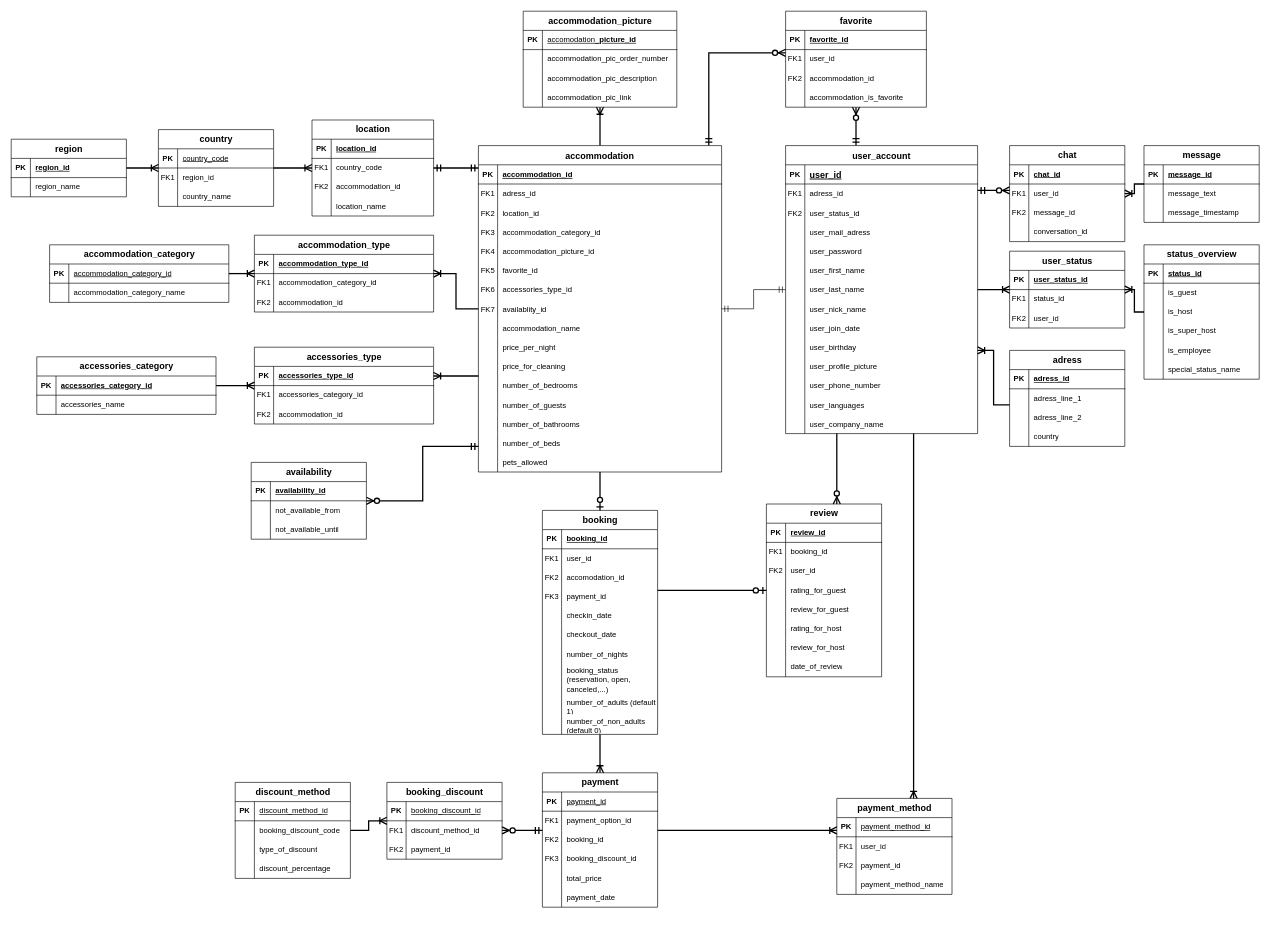
This is Steffbnb.drawio from DaSteff91/SQL_Repo, a draw.io file, before an edit. Source tidied: cells renumbered, new cells numbered last; positions are measured from the earlier drawing's top-left corner, leaving out a move shared by most shapes. Both pictures are drawn from the tidied source at 64%, with x=0, y=0 at pixel (11, 11).
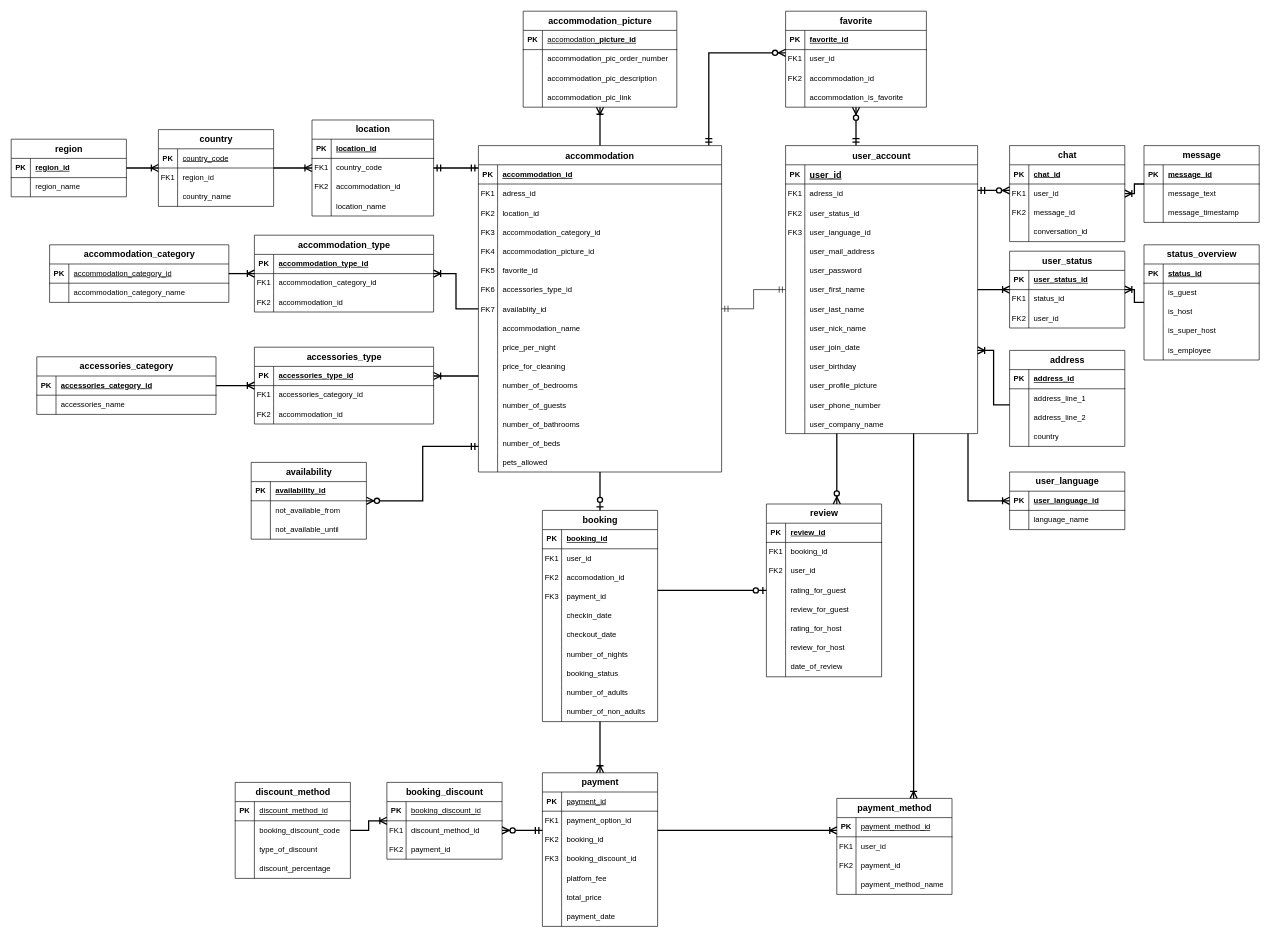
Above is the later version.

Unchanged cells that the change refers to:
```xml
<mxCell id="2" value="user_account" style="shape=table;startSize=30;childLayout=tableLayout;rowLines=0;fontStyle=1;align=center;fontSize=14;resizeLastRow=0;swimlaneHead=1;swimlaneBody=1;horizontal=1;portConstraintRotation=0;noLabel=0;" parent="1" vertex="1">
  <mxGeometry x="1210" y="210" width="300" height="450" as="geometry" />
</mxCell>
<mxCell id="257" style="shape=tableRow;horizontal=0;startSize=0;swimlaneHead=0;swimlaneBody=0;fillColor=none;top=0;left=0;right=0;bottom=1;" parent="256" vertex="1">
  <mxGeometry y="30" width="180" height="30" as="geometry" />
</mxCell>
<mxCell id="260" style="shape=tableRow;horizontal=0;startSize=0;swimlaneHead=0;swimlaneBody=0;fillColor=none;top=0;left=0;right=0;bottom=0;" parent="256" vertex="1">
  <mxGeometry y="60" width="180" height="30" as="geometry" />
</mxCell>
<mxCell id="263" style="shape=tableRow;horizontal=0;startSize=0;swimlaneHead=0;swimlaneBody=0;fillColor=none;top=0;left=0;right=0;bottom=0;" parent="256" vertex="1">
  <mxGeometry y="90" width="180" height="30" as="geometry" />
</mxCell>
```

Change to the diagram source:
```diff
@@
+    <mxCell id="39" style="shape=partialRectangle;fillColor=none;top=0;left=0;right=0;bottom=0;" parent="2" vertex="1">
+      <mxGeometry y="120" width="300" height="30" as="geometry" />
+    </mxCell>
+    <mxCell id="40" value="FK3" style="shape=partialRectangle;overflow=hidden;fillColor=none;top=0;left=0;bottom=0;right=0;" parent="39" vertex="1">
+      <mxGeometry width="30" height="30" as="geometry" />
+    </mxCell>
+    <mxCell id="41" value="user_language_id" style="shape=partialRectangle;overflow=hidden;fillColor=none;top=0;left=0;bottom=0;right=0;align=left;spacingLeft=6;" parent="39" vertex="1">
+      <mxGeometry x="30" width="270" height="30" as="geometry" />
+    </mxCell>
     <mxCell id="12" style="shape=partialRectangle;fillColor=none;top=0;left=0;right=0;bottom=0;" parent="2" vertex="1">
-      <mxGeometry y="120" width="300" height="30" as="geometry" />
+      <mxGeometry y="150" width="300" height="30" as="geometry" />
     </mxCell>
@@
-    <mxCell id="14" value="user_mail_adress" style="shape=partialRectangle;overflow=hidden;fillColor=none;top=0;left=0;bottom=0;right=0;align=left;spacingLeft=6;fontSize=12;" parent="12" vertex="1">
+    <mxCell id="14" value="user_mail_address" style="shape=partialRectangle;overflow=hidden;fillColor=none;top=0;left=0;bottom=0;right=0;align=left;spacingLeft=6;fontSize=12;" parent="12" vertex="1">
       <mxGeometry x="30" width="270" height="30" as="geometry" />
     </mxCell>
     <mxCell id="15" style="shape=partialRectangle;fillColor=none;top=0;left=0;right=0;bottom=0;" parent="2" vertex="1">
-      <mxGeometry y="150" width="300" height="30" as="geometry" />
+      <mxGeometry y="180" width="300" height="30" as="geometry" />
     </mxCell>
@@
     <mxCell id="18" style="shape=partialRectangle;fillColor=none;top=0;left=0;right=0;bottom=0;" parent="2" vertex="1">
-      <mxGeometry y="180" width="300" height="30" as="geometry" />
+      <mxGeometry y="210" width="300" height="30" as="geometry" />
     </mxCell>
@@
     <mxCell id="21" style="shape=partialRectangle;fillColor=none;top=0;left=0;right=0;bottom=0;" parent="2" vertex="1">
-      <mxGeometry y="210" width="300" height="30" as="geometry" />
+      <mxGeometry y="240" width="300" height="30" as="geometry" />
     </mxCell>
@@
     <mxCell id="24" style="shape=partialRectangle;fillColor=none;top=0;left=0;right=0;bottom=0;" parent="2" vertex="1">
-      <mxGeometry y="240" width="300" height="30" as="geometry" />
+      <mxGeometry y="270" width="300" height="30" as="geometry" />
     </mxCell>
@@
     <mxCell id="27" style="shape=partialRectangle;fillColor=none;top=0;left=0;right=0;bottom=0;" parent="2" vertex="1">
-      <mxGeometry y="270" width="300" height="30" as="geometry" />
+      <mxGeometry y="300" width="300" height="30" as="geometry" />
     </mxCell>
@@
     <mxCell id="30" style="shape=partialRectangle;fillColor=none;top=0;left=0;right=0;bottom=0;" parent="2" vertex="1">
-      <mxGeometry y="300" width="300" height="30" as="geometry" />
+      <mxGeometry y="330" width="300" height="30" as="geometry" />
     </mxCell>
@@
     <mxCell id="33" style="shape=partialRectangle;fillColor=none;top=0;left=0;right=0;bottom=0;" parent="2" vertex="1">
-      <mxGeometry y="330" width="300" height="30" as="geometry" />
+      <mxGeometry y="360" width="300" height="30" as="geometry" />
     </mxCell>
@@
     <mxCell id="36" style="shape=partialRectangle;fillColor=none;top=0;left=0;right=0;bottom=0;" parent="2" vertex="1">
-      <mxGeometry y="360" width="300" height="30" as="geometry" />
+      <mxGeometry y="390" width="300" height="30" as="geometry" />
     </mxCell>
@@
-    <mxCell id="39" style="shape=partialRectangle;fillColor=none;top=0;left=0;right=0;bottom=0;" parent="2" vertex="1">
-      <mxGeometry y="390" width="300" height="30" as="geometry" />
-    </mxCell>
-    <mxCell id="40" style="shape=partialRectangle;overflow=hidden;fillColor=none;top=0;left=0;bottom=0;right=0;" parent="39" vertex="1">
-      <mxGeometry width="30" height="30" as="geometry" />
-    </mxCell>
-    <mxCell id="41" value="user_languages" style="shape=partialRectangle;overflow=hidden;fillColor=none;top=0;left=0;bottom=0;right=0;align=left;spacingLeft=6;" parent="39" vertex="1">
-      <mxGeometry x="30" width="270" height="30" as="geometry" />
-    </mxCell>
@@
     <mxCell id="94" value="booking" style="shape=table;startSize=30;childLayout=tableLayout;rowLines=0;fontStyle=1;align=center;html=1;fontSize=14;" parent="1" vertex="1">
-      <mxGeometry x="830" y="780" width="180" height="350" as="geometry" />
+      <mxGeometry x="830" y="780" width="180" height="330" as="geometry" />
     </mxCell>
@@
-    <mxCell id="116" style="shape=tableRow;horizontal=0;startSize=0;swimlaneHead=0;swimlaneBody=0;fillColor=none;top=0;left=0;right=0;bottom=0;" parent="94" vertex="1">
-      <mxGeometry y="240" width="180" height="50" as="geometry" />
-    </mxCell>
-    <mxCell id="117" style="shape=partialRectangle;fillColor=none;top=0;left=0;bottom=0;right=0;overflow=hidden;whiteSpace=wrap;html=1;" parent="116" vertex="1">
-      <mxGeometry width="30" height="50" as="geometry" />
-    </mxCell>
-    <mxCell id="118" value="booking_status (reservation, open, canceled,...)" style="shape=partialRectangle;fillColor=none;top=0;left=0;bottom=0;right=0;align=left;spacingLeft=6;overflow=hidden;whiteSpace=wrap;html=1;" parent="116" vertex="1">
-      <mxGeometry x="30" width="150" height="50" as="geometry" />
-    </mxCell>
+    <mxCell id="396" style="shape=tableRow;horizontal=0;startSize=0;swimlaneHead=0;swimlaneBody=0;fillColor=none;top=0;left=0;right=0;bottom=0;" parent="94" vertex="1">
+      <mxGeometry y="240" width="180" height="30" as="geometry" />
+    </mxCell>
+    <mxCell id="397" style="shape=partialRectangle;fillColor=none;top=0;left=0;bottom=0;right=0;overflow=hidden;whiteSpace=wrap;html=1;" parent="396" vertex="1">
+      <mxGeometry width="30" height="30" as="geometry" />
+    </mxCell>
+    <mxCell id="398" value="booking_status" style="shape=partialRectangle;fillColor=none;top=0;left=0;bottom=0;right=0;align=left;spacingLeft=6;overflow=hidden;whiteSpace=wrap;html=1;" parent="396" vertex="1">
+      <mxGeometry x="30" width="150" height="30" as="geometry" />
+    </mxCell>
     <mxCell id="119" style="shape=tableRow;horizontal=0;startSize=0;swimlaneHead=0;swimlaneBody=0;fillColor=none;top=0;left=0;right=0;bottom=0;" parent="94" vertex="1">
-      <mxGeometry y="290" width="180" height="30" as="geometry" />
+      <mxGeometry y="270" width="180" height="30" as="geometry" />
     </mxCell>
@@
-    <mxCell id="121" value="number_of_adults (default 1)" style="shape=partialRectangle;fillColor=none;top=0;left=0;bottom=0;right=0;align=left;spacingLeft=6;overflow=hidden;whiteSpace=wrap;html=1;" parent="119" vertex="1">
+    <mxCell id="121" value="number_of_adults" style="shape=partialRectangle;fillColor=none;top=0;left=0;bottom=0;right=0;align=left;spacingLeft=6;overflow=hidden;whiteSpace=wrap;html=1;" parent="119" vertex="1">
       <mxGeometry x="30" width="150" height="30" as="geometry" />
     </mxCell>
     <mxCell id="122" style="shape=tableRow;horizontal=0;startSize=0;swimlaneHead=0;swimlaneBody=0;fillColor=none;top=0;left=0;right=0;bottom=0;" parent="94" vertex="1">
-      <mxGeometry y="320" width="180" height="30" as="geometry" />
+      <mxGeometry y="300" width="180" height="30" as="geometry" />
     </mxCell>
@@
-    <mxCell id="124" value="number_of_non_adults (default 0)" style="shape=partialRectangle;fillColor=none;top=0;left=0;bottom=0;right=0;align=left;spacingLeft=6;overflow=hidden;whiteSpace=wrap;html=1;" parent="122" vertex="1">
+    <mxCell id="124" value="number_of_non_adults" style="shape=partialRectangle;fillColor=none;top=0;left=0;bottom=0;right=0;align=left;spacingLeft=6;overflow=hidden;whiteSpace=wrap;html=1;" parent="122" vertex="1">
       <mxGeometry x="30" width="150" height="30" as="geometry" />
     </mxCell>
@@
-    <mxCell id="256" value="adress" style="shape=table;startSize=30;childLayout=tableLayout;rowLines=0;fontStyle=1;align=center;html=1;fontSize=14;" parent="1" vertex="1">
+    <mxCell id="256" value="address" style="shape=table;startSize=30;childLayout=tableLayout;rowLines=0;fontStyle=1;align=center;html=1;fontSize=14;" parent="1" vertex="1">
       <mxGeometry x="1560" y="530" width="180" height="150" as="geometry" />
     </mxCell>
@@
-    <mxCell id="259" value="adress_id" style="shape=partialRectangle;fillColor=none;top=0;left=0;bottom=0;right=0;align=left;spacingLeft=6;fontStyle=5;overflow=hidden;whiteSpace=wrap;html=1;" parent="257" vertex="1">
+    <mxCell id="259" value="address_id" style="shape=partialRectangle;fillColor=none;top=0;left=0;bottom=0;right=0;align=left;spacingLeft=6;fontStyle=5;overflow=hidden;whiteSpace=wrap;html=1;" parent="257" vertex="1">
       <mxGeometry x="30" width="150" height="30" as="geometry" />
     </mxCell>
@@
-    <mxCell id="262" value="adress_line_1" style="shape=partialRectangle;fillColor=none;top=0;left=0;bottom=0;right=0;align=left;spacingLeft=6;overflow=hidden;whiteSpace=wrap;html=1;" parent="260" vertex="1">
+    <mxCell id="262" value="address_line_1" style="shape=partialRectangle;fillColor=none;top=0;left=0;bottom=0;right=0;align=left;spacingLeft=6;overflow=hidden;whiteSpace=wrap;html=1;" parent="260" vertex="1">
       <mxGeometry x="30" width="150" height="30" as="geometry" />
     </mxCell>
@@
-    <mxCell id="265" value="adress_line_2" style="shape=partialRectangle;fillColor=none;top=0;left=0;bottom=0;right=0;align=left;spacingLeft=6;overflow=hidden;whiteSpace=wrap;html=1;" parent="263" vertex="1">
+    <mxCell id="265" value="address_line_2" style="shape=partialRectangle;fillColor=none;top=0;left=0;bottom=0;right=0;align=left;spacingLeft=6;overflow=hidden;whiteSpace=wrap;html=1;" parent="263" vertex="1">
       <mxGeometry x="30" width="150" height="30" as="geometry" />
     </mxCell>
@@
     <mxCell id="276" value="status_overview" style="shape=table;startSize=30;childLayout=tableLayout;rowLines=0;fontStyle=1;align=center;html=1;fontSize=14;" parent="1" vertex="1">
-      <mxGeometry x="1770" y="365" width="180" height="210" as="geometry" />
+      <mxGeometry x="1770" y="365" width="180" height="180" as="geometry" />
     </mxCell>
@@
-    <mxCell id="292" style="shape=tableRow;horizontal=0;startSize=0;swimlaneHead=0;swimlaneBody=0;fillColor=none;top=0;left=0;right=0;bottom=0;" parent="276" vertex="1">
-      <mxGeometry y="180" width="180" height="30" as="geometry" />
-    </mxCell>
-    <mxCell id="293" style="shape=partialRectangle;fillColor=none;top=0;left=0;bottom=0;right=0;overflow=hidden;whiteSpace=wrap;html=1;" parent="292" vertex="1">
-      <mxGeometry width="30" height="30" as="geometry" />
-    </mxCell>
-    <mxCell id="294" value="special_status_name" style="shape=partialRectangle;fillColor=none;top=0;left=0;bottom=0;right=0;align=left;spacingLeft=6;overflow=hidden;whiteSpace=wrap;html=1;" parent="292" vertex="1">
-      <mxGeometry x="30" width="150" height="30" as="geometry" />
-    </mxCell>
@@
     <mxCell id="309" value="payment" style="shape=table;startSize=30;childLayout=tableLayout;rowLines=0;fontStyle=1;align=center;html=1;fontSize=14;" parent="1" vertex="1">
-      <mxGeometry x="830" y="1190" width="180" height="210" as="geometry" />
+      <mxGeometry x="830" y="1190" width="180" height="240" as="geometry" />
     </mxCell>
@@
+    <mxCell id="399" style="shape=tableRow;horizontal=0;startSize=0;swimlaneHead=0;swimlaneBody=0;fillColor=none;top=0;left=0;right=0;bottom=0;" parent="309" vertex="1">
+      <mxGeometry y="150" width="180" height="30" as="geometry" />
+    </mxCell>
+    <mxCell id="400" style="shape=partialRectangle;fillColor=none;top=0;left=0;bottom=0;right=0;overflow=hidden;whiteSpace=wrap;html=1;" parent="399" vertex="1">
+      <mxGeometry width="30" height="30" as="geometry" />
+    </mxCell>
+    <mxCell id="401" value="platfom_fee" style="shape=partialRectangle;fillColor=none;top=0;left=0;bottom=0;right=0;align=left;spacingLeft=6;overflow=hidden;whiteSpace=wrap;html=1;" parent="399" vertex="1">
+      <mxGeometry x="30" width="150" height="30" as="geometry" />
+    </mxCell>
     <mxCell id="322" style="shape=tableRow;horizontal=0;startSize=0;swimlaneHead=0;swimlaneBody=0;fillColor=none;top=0;left=0;right=0;bottom=0;" parent="309" vertex="1">
-      <mxGeometry y="150" width="180" height="30" as="geometry" />
+      <mxGeometry y="180" width="180" height="30" as="geometry" />
     </mxCell>
@@
     <mxCell id="325" style="shape=tableRow;horizontal=0;startSize=0;swimlaneHead=0;swimlaneBody=0;fillColor=none;top=0;left=0;right=0;bottom=0;" parent="309" vertex="1">
-      <mxGeometry y="180" width="180" height="30" as="geometry" />
+      <mxGeometry y="210" width="180" height="30" as="geometry" />
     </mxCell>
@@
+    <mxCell id="402" value="user_language" style="shape=table;startSize=30;childLayout=tableLayout;rowLines=0;fontStyle=1;align=center;html=1;fontSize=14;" parent="1" vertex="1">
+      <mxGeometry x="1560" y="720" width="180" height="90" as="geometry" />
+    </mxCell>
+    <mxCell id="403" style="shape=tableRow;horizontal=0;startSize=0;swimlaneHead=0;swimlaneBody=0;fillColor=none;top=0;left=0;right=0;bottom=1;" parent="402" vertex="1">
+      <mxGeometry y="30" width="180" height="30" as="geometry" />
+    </mxCell>
+    <mxCell id="404" value="PK" style="shape=partialRectangle;fillColor=none;top=0;left=0;bottom=0;right=0;fontStyle=1;overflow=hidden;whiteSpace=wrap;html=1;" parent="403" vertex="1">
+      <mxGeometry width="30" height="30" as="geometry" />
+    </mxCell>
+    <mxCell id="405" value="user_language_id" style="shape=partialRectangle;fillColor=none;top=0;left=0;bottom=0;right=0;align=left;spacingLeft=6;fontStyle=5;overflow=hidden;whiteSpace=wrap;html=1;" parent="403" vertex="1">
+      <mxGeometry x="30" width="150" height="30" as="geometry" />
+    </mxCell>
+    <mxCell id="406" style="shape=tableRow;horizontal=0;startSize=0;swimlaneHead=0;swimlaneBody=0;fillColor=none;top=0;left=0;right=0;bottom=0;" parent="402" vertex="1">
+      <mxGeometry y="60" width="180" height="30" as="geometry" />
+    </mxCell>
+    <mxCell id="407" style="shape=partialRectangle;fillColor=none;top=0;left=0;bottom=0;right=0;overflow=hidden;whiteSpace=wrap;html=1;" parent="406" vertex="1">
+      <mxGeometry width="30" height="30" as="geometry" />
+    </mxCell>
+    <mxCell id="408" value="language_name" style="shape=partialRectangle;fillColor=none;top=0;left=0;bottom=0;right=0;align=left;spacingLeft=6;overflow=hidden;whiteSpace=wrap;html=1;" parent="406" vertex="1">
+      <mxGeometry x="30" width="150" height="30" as="geometry" />
+    </mxCell>
+    <mxCell id="409" style="edgeStyle=orthogonalEdgeStyle;fontSize=12;html=1;endArrow=ERoneToMany;rounded=0;startSize=8;endSize=8;strokeWidth=2;" parent="1" edge="1" source="2" target="402">
+      <mxGeometry relative="1" as="geometry">
+        <Array as="points">
+          <mxPoint x="1495" y="765" />
+        </Array>
+      </mxGeometry>
+    </mxCell>
```
